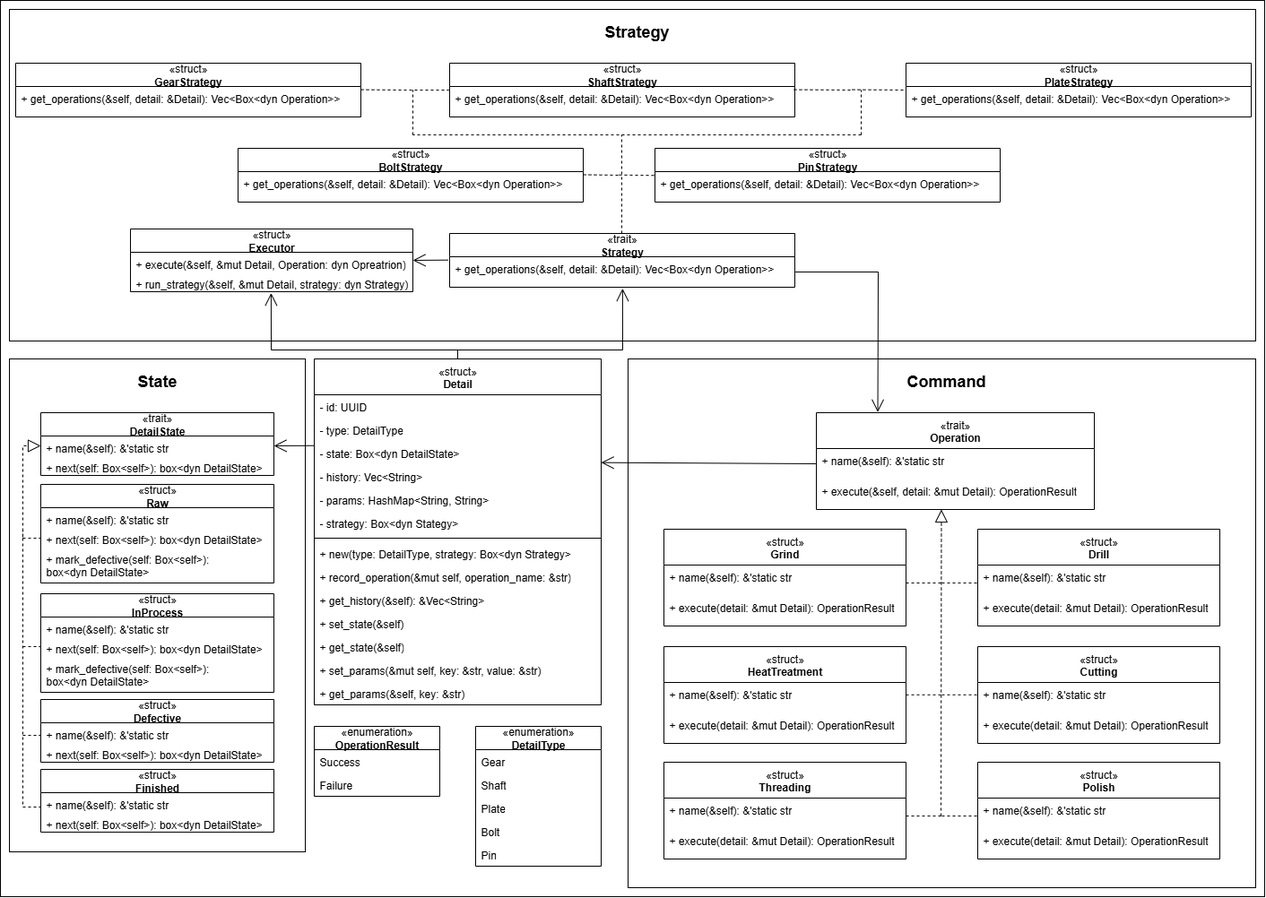
Before: docs/uml.png, a diagram exported from draw.io (SasunHuevich/lab-manufacturing-workflow). Source tidied: cells renumbered, new cells last; positions are measured from the earlier drawing's top-left corner, leaving out a move shared by most shapes.
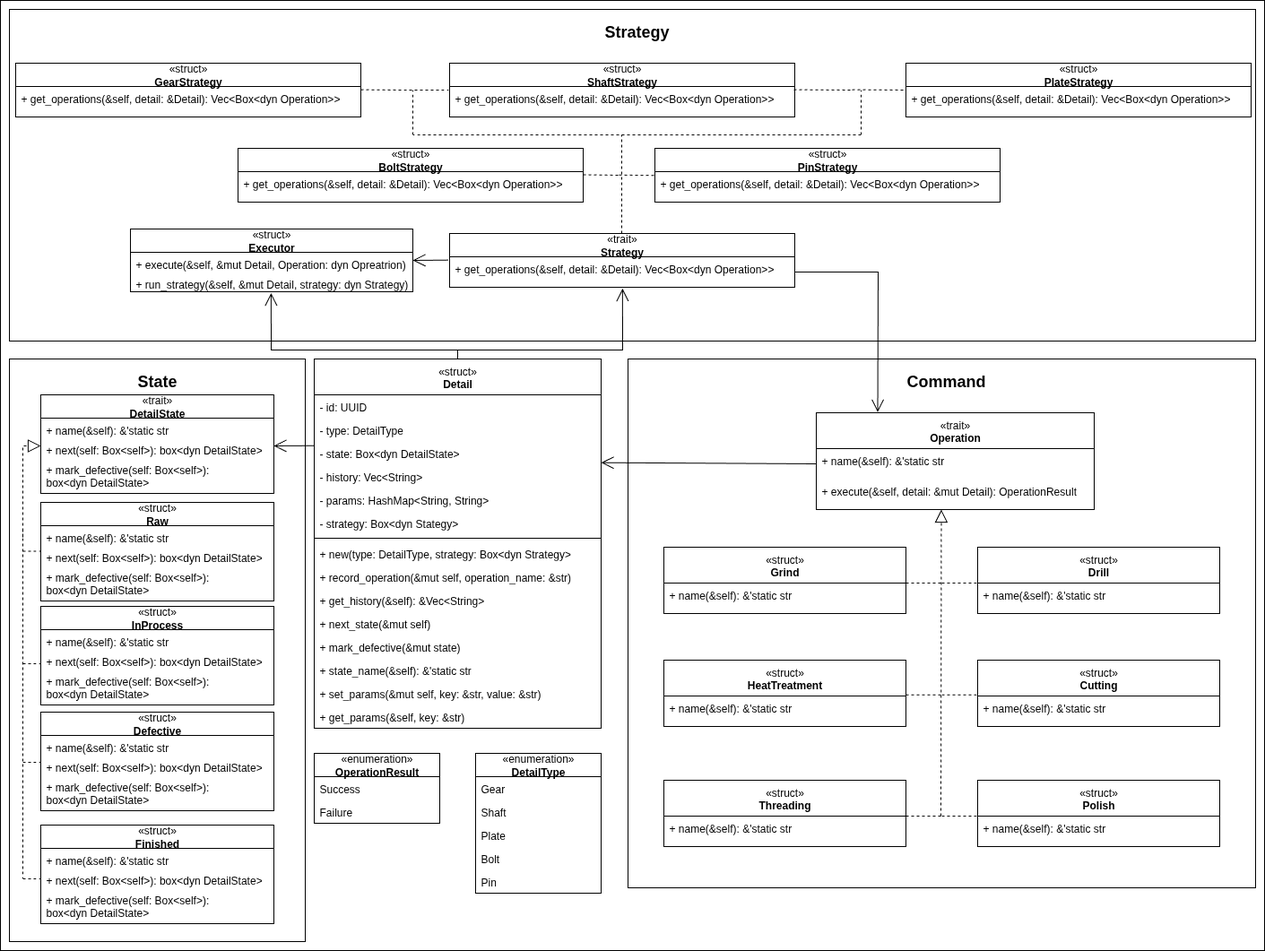
The same diagram one commit later.

Diff of the diagram source:
```diff
@@ -5,3 +5,3 @@
     <mxCell id="2" style="rounded=0;whiteSpace=wrap;html=1;" parent="1" vertex="1">
-      <mxGeometry width="1410" height="1000" as="geometry" />
+      <mxGeometry width="1410" height="1060" as="geometry" />
     </mxCell>
@@ -14,3 +14,3 @@
     <mxCell id="5" style="rounded=0;whiteSpace=wrap;html=1;" parent="1" vertex="1">
-      <mxGeometry x="10" y="400" width="330" height="550" as="geometry" />
+      <mxGeometry x="10" y="400" width="330" height="650" as="geometry" />
     </mxCell>
@@ -26,3 +26,3 @@
     <mxCell id="9" value="«enumeration»&lt;br&gt;&lt;div&gt;&lt;b&gt;OperationResult&lt;/b&gt;&lt;/div&gt;" style="swimlane;fontStyle=0;horizontal=1;startSize=26;fillColor=none;whiteSpace=wrap;html=1;" parent="1" vertex="1">
-      <mxGeometry x="350" y="810" width="140" height="78" as="geometry" />
+      <mxGeometry x="350" y="840" width="140" height="78" as="geometry" />
     </mxCell>
@@ -35,3 +35,3 @@
     <mxCell id="12" value="«enumeration»&lt;br&gt;&lt;div&gt;&lt;b&gt;DetailType&lt;/b&gt;&lt;/div&gt;" style="swimlane;fontStyle=0;horizontal=1;startSize=26;fillColor=none;whiteSpace=wrap;html=1;" parent="1" vertex="1">
-      <mxGeometry x="530" y="810" width="140" height="156" as="geometry" />
+      <mxGeometry x="530" y="840" width="140" height="156" as="geometry" />
     </mxCell>
@@ -53,3 +53,3 @@
     <mxCell id="18" value="«struct»&lt;br&gt;&lt;div&gt;&lt;b&gt;Raw&lt;/b&gt;&lt;/div&gt;" style="swimlane;fontStyle=0;horizontal=1;startSize=26;fillColor=none;whiteSpace=wrap;html=1;" parent="1" vertex="1">
-      <mxGeometry x="45" y="540" width="260" height="110" as="geometry" />
+      <mxGeometry x="45" y="560" width="260" height="110" as="geometry" />
     </mxCell>
@@ -65,3 +65,3 @@
     <mxCell id="22" value="«struct»&lt;br&gt;&lt;div&gt;&lt;b&gt;InProcess&lt;/b&gt;&lt;/div&gt;" style="swimlane;fontStyle=0;horizontal=1;startSize=26;fillColor=none;whiteSpace=wrap;html=1;" parent="1" vertex="1">
-      <mxGeometry x="45" y="662" width="260" height="110" as="geometry" />
+      <mxGeometry x="45" y="676" width="260" height="110" as="geometry" />
     </mxCell>
@@ -76,31 +76,6 @@
     </mxCell>
-    <mxCell id="26" value="«struct»&lt;br&gt;&lt;div&gt;&lt;b&gt;Finished&lt;/b&gt;&lt;/div&gt;" style="swimlane;fontStyle=0;horizontal=1;startSize=26;fillColor=none;whiteSpace=wrap;html=1;" parent="1" vertex="1">
-      <mxGeometry x="45" y="858" width="260" height="70" as="geometry" />
-    </mxCell>
-    <mxCell id="27" value="+ name(&amp;amp;self): &amp;amp;'static str" style="text;strokeColor=none;fillColor=none;align=left;verticalAlign=top;spacingLeft=4;spacingRight=4;overflow=hidden;whiteSpace=wrap;html=1;" parent="26" vertex="1">
-      <mxGeometry y="26" width="260" height="22" as="geometry" />
-    </mxCell>
-    <mxCell id="28" value="+ next(self: Box&amp;lt;self&amp;gt;): box&amp;lt;dyn DetailState&amp;gt;" style="text;strokeColor=none;fillColor=none;align=left;verticalAlign=top;spacingLeft=4;spacingRight=4;overflow=hidden;whiteSpace=wrap;html=1;" parent="26" vertex="1">
-      <mxGeometry y="48" width="260" height="22" as="geometry" />
-    </mxCell>
-    <mxCell id="29" value="«struct»&lt;br&gt;&lt;div&gt;&lt;b&gt;Defective&lt;/b&gt;&lt;/div&gt;" style="swimlane;fontStyle=0;horizontal=1;startSize=26;fillColor=none;whiteSpace=wrap;html=1;" parent="1" vertex="1">
-      <mxGeometry x="45" y="780" width="260" height="70" as="geometry" />
-    </mxCell>
-    <mxCell id="30" value="+ name(&amp;amp;self): &amp;amp;'static str" style="text;strokeColor=none;fillColor=none;align=left;verticalAlign=top;spacingLeft=4;spacingRight=4;overflow=hidden;whiteSpace=wrap;html=1;" parent="29" vertex="1">
-      <mxGeometry y="26" width="260" height="22" as="geometry" />
-    </mxCell>
-    <mxCell id="31" value="+ next(self: Box&amp;lt;self&amp;gt;): box&amp;lt;dyn DetailState&amp;gt;" style="text;strokeColor=none;fillColor=none;align=left;verticalAlign=top;spacingLeft=4;spacingRight=4;overflow=hidden;whiteSpace=wrap;html=1;" parent="29" vertex="1">
-      <mxGeometry y="48" width="260" height="22" as="geometry" />
-    </mxCell>
-    <mxCell id="32" value="«trait»&lt;br&gt;&lt;div&gt;&lt;b&gt;DetailState&lt;/b&gt;&lt;/div&gt;" style="swimlane;fontStyle=0;horizontal=1;startSize=26;fillColor=none;whiteSpace=wrap;html=1;" parent="1" vertex="1">
-      <mxGeometry x="45" y="460" width="260" height="70" as="geometry" />
-    </mxCell>
-    <mxCell id="33" value="+ name(&amp;amp;self): &amp;amp;'static str" style="text;strokeColor=none;fillColor=none;align=left;verticalAlign=top;spacingLeft=4;spacingRight=4;overflow=hidden;points=[[0,0.5],[1,0.5]];portConstraint=eastwest;whiteSpace=wrap;html=1;" parent="32" vertex="1">
-      <mxGeometry y="26" width="260" height="22" as="geometry" />
-    </mxCell>
-    <mxCell id="34" value="+ next(self: Box&amp;lt;self&amp;gt;): box&amp;lt;dyn DetailState&amp;gt;" style="text;strokeColor=none;fillColor=none;align=left;verticalAlign=top;spacingLeft=4;spacingRight=4;overflow=hidden;whiteSpace=wrap;html=1;" parent="32" vertex="1">
-      <mxGeometry y="48" width="260" height="22" as="geometry" />
-    </mxCell>
-    <mxCell id="35" style="endArrow=open;endFill=1;endSize=12;html=1;rounded=0;entryX=1;entryY=0.5;entryDx=0;entryDy=0;exitX=0.001;exitY=0.182;exitDx=0;exitDy=0;exitPerimeter=0;" parent="1" edge="1" source="73" target="33">
-      <mxGeometry relative="1" as="geometry" />
+    <mxCell id="35" style="endArrow=open;endFill=1;endSize=12;html=1;rounded=0;entryX=1;entryY=0.5;entryDx=0;entryDy=0;exitX=0.001;exitY=0.182;exitDx=0;exitDy=0;exitPerimeter=0;" parent="1" edge="1" source="73">
+      <mxGeometry relative="1" as="geometry">
+        <mxPoint x="305" y="497" as="targetPoint" />
+      </mxGeometry>
     </mxCell>
@@ -109,5 +84,6 @@
     </mxCell>
-    <mxCell id="37" style="endArrow=block;dashed=1;endFill=0;endSize=12;html=1;rounded=0;entryX=0;entryY=0.5;entryDx=0;entryDy=0;" parent="1" edge="1" target="33">
+    <mxCell id="37" style="endArrow=block;dashed=1;endFill=0;endSize=12;html=1;rounded=0;entryX=0;entryY=0.5;entryDx=0;entryDy=0;" parent="1" edge="1">
       <mxGeometry relative="1" as="geometry">
         <mxPoint x="25" y="590" as="sourcePoint" />
+        <mxPoint x="45" y="497" as="targetPoint" />
         <Array as="points">
@@ -122,3 +98,3 @@
         <mxPoint x="25" y="600" as="sourcePoint" />
-        <mxPoint x="25" y="900" as="targetPoint" />
+        <mxPoint x="25" y="980" as="targetPoint" />
       </mxGeometry>
@@ -127,4 +103,4 @@
       <mxGeometry relative="1" as="geometry">
-        <mxPoint x="25" y="900" as="sourcePoint" />
-        <mxPoint x="45" y="900" as="targetPoint" />
+        <mxPoint x="25" y="980" as="sourcePoint" />
+        <mxPoint x="45" y="980" as="targetPoint" />
       </mxGeometry>
@@ -133,4 +109,4 @@
       <mxGeometry relative="1" as="geometry">
-        <mxPoint x="25" y="820" as="sourcePoint" />
-        <mxPoint x="45" y="820" as="targetPoint" />
+        <mxPoint x="25" y="850" as="sourcePoint" />
+        <mxPoint x="45" y="850" as="targetPoint" />
       </mxGeometry>
@@ -139,4 +115,4 @@
       <mxGeometry relative="1" as="geometry">
-        <mxPoint x="25" y="721" as="sourcePoint" />
-        <mxPoint x="45" y="721" as="targetPoint" />
+        <mxPoint x="25" y="740" as="sourcePoint" />
+        <mxPoint x="45" y="740" as="targetPoint" />
       </mxGeometry>
@@ -145,4 +121,4 @@
       <mxGeometry relative="1" as="geometry">
-        <mxPoint x="25" y="600" as="sourcePoint" />
-        <mxPoint x="45" y="600" as="targetPoint" />
+        <mxPoint x="25" y="614.5" as="sourcePoint" />
+        <mxPoint x="45" y="614.5" as="targetPoint" />
       </mxGeometry>
@@ -150,3 +126,3 @@
     <mxCell id="43" value="&lt;span style=&quot;font-weight: 400;&quot;&gt;«struct»&lt;/span&gt;&lt;br style=&quot;font-weight: 400;&quot;&gt;&lt;div&gt;&lt;span style=&quot;background-color: transparent; color: light-dark(rgb(0, 0, 0), rgb(255, 255, 255));&quot;&gt;Grind&lt;/span&gt;&lt;/div&gt;" style="swimlane;fontStyle=1;align=center;verticalAlign=top;horizontal=1;startSize=40;whiteSpace=wrap;html=1;" parent="1" vertex="1">
-      <mxGeometry x="740" y="590" width="270" height="108" as="geometry" />
+      <mxGeometry x="740" y="610" width="270" height="74" as="geometry" />
     </mxCell>
@@ -155,7 +131,4 @@
     </mxCell>
-    <mxCell id="45" value="+ execute(detail: &amp;amp;mut Detail): OperationResult" style="text;strokeColor=none;fillColor=none;align=left;verticalAlign=top;spacingLeft=4;spacingRight=4;overflow=hidden;whiteSpace=wrap;html=1;" parent="43" vertex="1">
-      <mxGeometry y="74" width="270" height="34" as="geometry" />
-    </mxCell>
     <mxCell id="46" value="&lt;span style=&quot;font-weight: 400;&quot;&gt;«struct»&lt;/span&gt;&lt;br style=&quot;font-weight: 400;&quot;&gt;&lt;div&gt;&lt;span style=&quot;background-color: transparent; color: light-dark(rgb(0, 0, 0), rgb(255, 255, 255));&quot;&gt;Drill&lt;/span&gt;&lt;/div&gt;" style="swimlane;fontStyle=1;align=center;verticalAlign=top;horizontal=1;startSize=40;whiteSpace=wrap;html=1;" parent="1" vertex="1">
-      <mxGeometry x="1090" y="590" width="270" height="108" as="geometry" />
+      <mxGeometry x="1090" y="610" width="270" height="74" as="geometry" />
     </mxCell>
@@ -164,7 +137,4 @@
     </mxCell>
-    <mxCell id="48" value="+ execute(detail: &amp;amp;mut Detail): OperationResult" style="text;strokeColor=none;fillColor=none;align=left;verticalAlign=top;spacingLeft=4;spacingRight=4;overflow=hidden;whiteSpace=wrap;html=1;" parent="46" vertex="1">
-      <mxGeometry y="74" width="270" height="34" as="geometry" />
-    </mxCell>
     <mxCell id="49" value="&lt;span style=&quot;font-weight: 400;&quot;&gt;«struct»&lt;/span&gt;&lt;br style=&quot;font-weight: 400;&quot;&gt;&lt;div&gt;&lt;span style=&quot;text-align: left;&quot;&gt;HeatTreatment&lt;/span&gt;&lt;/div&gt;" style="swimlane;fontStyle=1;align=center;verticalAlign=top;horizontal=1;startSize=40;whiteSpace=wrap;html=1;" parent="1" vertex="1">
-      <mxGeometry x="740" y="721" width="270" height="108" as="geometry" />
+      <mxGeometry x="740" y="736" width="270" height="74" as="geometry" />
     </mxCell>
@@ -173,7 +143,4 @@
     </mxCell>
-    <mxCell id="51" value="+ execute(detail: &amp;amp;mut Detail): OperationResult" style="text;strokeColor=none;fillColor=none;align=left;verticalAlign=top;spacingLeft=4;spacingRight=4;overflow=hidden;whiteSpace=wrap;html=1;" parent="49" vertex="1">
-      <mxGeometry y="74" width="270" height="34" as="geometry" />
-    </mxCell>
     <mxCell id="52" value="&lt;span style=&quot;font-weight: 400;&quot;&gt;«struct»&lt;/span&gt;&lt;br style=&quot;font-weight: 400;&quot;&gt;&lt;div&gt;&lt;span style=&quot;text-align: left;&quot;&gt;Cutting&lt;/span&gt;&lt;/div&gt;" style="swimlane;fontStyle=1;align=center;verticalAlign=top;horizontal=1;startSize=40;whiteSpace=wrap;html=1;" parent="1" vertex="1">
-      <mxGeometry x="1090" y="721" width="270" height="108" as="geometry" />
+      <mxGeometry x="1090" y="736" width="270" height="74" as="geometry" />
     </mxCell>
@@ -182,7 +149,4 @@
     </mxCell>
-    <mxCell id="54" value="+ execute(detail: &amp;amp;mut Detail): OperationResult" style="text;strokeColor=none;fillColor=none;align=left;verticalAlign=top;spacingLeft=4;spacingRight=4;overflow=hidden;whiteSpace=wrap;html=1;" parent="52" vertex="1">
-      <mxGeometry y="74" width="270" height="34" as="geometry" />
-    </mxCell>
     <mxCell id="55" value="&lt;span style=&quot;font-weight: 400;&quot;&gt;«struct»&lt;/span&gt;&lt;br style=&quot;font-weight: 400;&quot;&gt;&lt;div&gt;&lt;span style=&quot;text-align: left;&quot;&gt;Threading&lt;/span&gt;&lt;/div&gt;" style="swimlane;fontStyle=1;align=center;verticalAlign=top;horizontal=1;startSize=40;whiteSpace=wrap;html=1;" parent="1" vertex="1">
-      <mxGeometry x="740" y="850" width="270" height="108" as="geometry" />
+      <mxGeometry x="740" y="870" width="270" height="74" as="geometry" />
     </mxCell>
@@ -191,7 +155,4 @@
     </mxCell>
-    <mxCell id="57" value="+ execute(detail: &amp;amp;mut Detail): OperationResult" style="text;strokeColor=none;fillColor=none;align=left;verticalAlign=top;spacingLeft=4;spacingRight=4;overflow=hidden;whiteSpace=wrap;html=1;" parent="55" vertex="1">
-      <mxGeometry y="74" width="270" height="34" as="geometry" />
-    </mxCell>
     <mxCell id="58" value="&lt;span style=&quot;font-weight: 400;&quot;&gt;«struct»&lt;/span&gt;&lt;br style=&quot;font-weight: 400;&quot;&gt;&lt;div&gt;&lt;span style=&quot;text-align: left;&quot;&gt;Polish&lt;/span&gt;&lt;/div&gt;" style="swimlane;fontStyle=1;align=center;verticalAlign=top;horizontal=1;startSize=40;whiteSpace=wrap;html=1;" parent="1" vertex="1">
-      <mxGeometry x="1090" y="850" width="270" height="108" as="geometry" />
+      <mxGeometry x="1090" y="870" width="270" height="74" as="geometry" />
     </mxCell>
@@ -200,5 +161,2 @@
     </mxCell>
-    <mxCell id="60" value="+ execute(detail: &amp;amp;mut Detail): OperationResult" style="text;strokeColor=none;fillColor=none;align=left;verticalAlign=top;spacingLeft=4;spacingRight=4;overflow=hidden;whiteSpace=wrap;html=1;" parent="58" vertex="1">
-      <mxGeometry y="74" width="270" height="34" as="geometry" />
-    </mxCell>
     <mxCell id="61" style="endArrow=block;dashed=1;endFill=0;endSize=12;html=1;rounded=0;entryX=0.479;entryY=1.001;entryDx=0;entryDy=0;entryPerimeter=0;" parent="1" edge="1">
@@ -256,3 +214,3 @@
     <mxCell id="70" value="&lt;div&gt;&lt;span style=&quot;font-weight: 400;&quot;&gt;«struct»&lt;/span&gt;&lt;br style=&quot;font-weight: 400;&quot;&gt;&lt;/div&gt;Detail" style="swimlane;fontStyle=1;align=center;verticalAlign=top;horizontal=1;startSize=40;whiteSpace=wrap;html=1;" parent="1" vertex="1">
-      <mxGeometry x="350" y="400" width="320" height="386" as="geometry" />
+      <mxGeometry x="350" y="400" width="320" height="412" as="geometry" />
     </mxCell>
@@ -288,13 +246,16 @@
     </mxCell>
-    <mxCell id="81" value="+ set_state(&amp;amp;self)&lt;div&gt;&lt;br&gt;&lt;/div&gt;" style="text;strokeColor=none;fillColor=none;align=left;verticalAlign=top;spacingLeft=4;spacingRight=4;overflow=hidden;whiteSpace=wrap;html=1;" parent="70" vertex="1">
+    <mxCell id="81" value="&lt;div&gt;+ next_state(&amp;amp;mut self)&lt;/div&gt;" style="text;strokeColor=none;fillColor=none;align=left;verticalAlign=top;spacingLeft=4;spacingRight=4;overflow=hidden;whiteSpace=wrap;html=1;" parent="70" vertex="1">
       <mxGeometry y="282" width="320" height="26" as="geometry" />
     </mxCell>
-    <mxCell id="82" value="+ get_state(&amp;amp;self)&lt;div&gt;&lt;br&gt;&lt;/div&gt;" style="text;strokeColor=none;fillColor=none;align=left;verticalAlign=top;spacingLeft=4;spacingRight=4;overflow=hidden;whiteSpace=wrap;html=1;" parent="70" vertex="1">
+    <mxCell id="82" value="+ mark_defective(&amp;amp;mut state)" style="text;strokeColor=none;fillColor=none;align=left;verticalAlign=top;spacingLeft=4;spacingRight=4;overflow=hidden;whiteSpace=wrap;html=1;" parent="70" vertex="1">
       <mxGeometry y="308" width="320" height="26" as="geometry" />
     </mxCell>
+    <mxCell id="115" value="+ state_name(&amp;amp;self): &amp;amp;'static str" style="text;strokeColor=none;fillColor=none;align=left;verticalAlign=top;spacingLeft=4;spacingRight=4;overflow=hidden;whiteSpace=wrap;html=1;" parent="70" vertex="1">
+      <mxGeometry y="334" width="320" height="26" as="geometry" />
+    </mxCell>
     <mxCell id="83" value="&lt;div&gt;+ set_params(&amp;amp;mut self, key: &amp;amp;str, value: &amp;amp;str)&lt;/div&gt;" style="text;strokeColor=none;fillColor=none;align=left;verticalAlign=top;spacingLeft=4;spacingRight=4;overflow=hidden;whiteSpace=wrap;html=1;" parent="70" vertex="1">
-      <mxGeometry y="334" width="320" height="26" as="geometry" />
+      <mxGeometry y="360" width="320" height="26" as="geometry" />
     </mxCell>
     <mxCell id="84" value="&lt;div&gt;+ get_params(&amp;amp;self, key: &amp;amp;str)&lt;/div&gt;" style="text;strokeColor=none;fillColor=none;align=left;verticalAlign=top;spacingLeft=4;spacingRight=4;overflow=hidden;whiteSpace=wrap;html=1;" parent="70" vertex="1">
-      <mxGeometry y="360" width="320" height="26" as="geometry" />
+      <mxGeometry y="386" width="320" height="26" as="geometry" />
     </mxCell>
@@ -430,2 +391,38 @@
     </mxCell>
+    <mxCell id="32" value="«trait»&lt;br&gt;&lt;div&gt;&lt;b&gt;DetailState&lt;/b&gt;&lt;/div&gt;" style="swimlane;fontStyle=0;horizontal=1;startSize=26;fillColor=none;whiteSpace=wrap;html=1;" parent="1" vertex="1">
+      <mxGeometry x="45" y="440" width="260" height="110" as="geometry" />
+    </mxCell>
+    <mxCell id="116" value="+ name(&amp;amp;self): &amp;amp;'static str" style="text;strokeColor=none;fillColor=none;align=left;verticalAlign=top;spacingLeft=4;spacingRight=4;overflow=hidden;whiteSpace=wrap;html=1;" parent="32" vertex="1">
+      <mxGeometry y="26" width="260" height="22" as="geometry" />
+    </mxCell>
+    <mxCell id="117" value="+ next(self: Box&amp;lt;self&amp;gt;): box&amp;lt;dyn DetailState&amp;gt;" style="text;strokeColor=none;fillColor=none;align=left;verticalAlign=top;spacingLeft=4;spacingRight=4;overflow=hidden;whiteSpace=wrap;html=1;" parent="32" vertex="1">
+      <mxGeometry y="48" width="260" height="22" as="geometry" />
+    </mxCell>
+    <mxCell id="118" value="+ mark_defective(self: Box&amp;lt;self&amp;gt;):&amp;nbsp;&lt;div&gt;box&amp;lt;dyn DetailState&amp;gt;&lt;/div&gt;" style="text;strokeColor=none;fillColor=none;align=left;verticalAlign=top;spacingLeft=4;spacingRight=4;overflow=hidden;whiteSpace=wrap;html=1;" parent="32" vertex="1">
+      <mxGeometry y="70" width="260" height="40" as="geometry" />
+    </mxCell>
+    <mxCell id="29" value="«struct»&lt;br&gt;&lt;div&gt;&lt;b&gt;Defective&lt;/b&gt;&lt;/div&gt;" style="swimlane;fontStyle=0;horizontal=1;startSize=26;fillColor=none;whiteSpace=wrap;html=1;" parent="1" vertex="1">
+      <mxGeometry x="45" y="794" width="260" height="110" as="geometry" />
+    </mxCell>
+    <mxCell id="119" value="+ name(&amp;amp;self): &amp;amp;'static str" style="text;strokeColor=none;fillColor=none;align=left;verticalAlign=top;spacingLeft=4;spacingRight=4;overflow=hidden;whiteSpace=wrap;html=1;" parent="29" vertex="1">
+      <mxGeometry y="26" width="260" height="22" as="geometry" />
+    </mxCell>
+    <mxCell id="120" value="+ next(self: Box&amp;lt;self&amp;gt;): box&amp;lt;dyn DetailState&amp;gt;" style="text;strokeColor=none;fillColor=none;align=left;verticalAlign=top;spacingLeft=4;spacingRight=4;overflow=hidden;whiteSpace=wrap;html=1;" parent="29" vertex="1">
+      <mxGeometry y="48" width="260" height="22" as="geometry" />
+    </mxCell>
+    <mxCell id="121" value="+ mark_defective(self: Box&amp;lt;self&amp;gt;):&amp;nbsp;&lt;div&gt;box&amp;lt;dyn DetailState&amp;gt;&lt;/div&gt;" style="text;strokeColor=none;fillColor=none;align=left;verticalAlign=top;spacingLeft=4;spacingRight=4;overflow=hidden;whiteSpace=wrap;html=1;" parent="29" vertex="1">
+      <mxGeometry y="70" width="260" height="40" as="geometry" />
+    </mxCell>
+    <mxCell id="26" value="«struct»&lt;br&gt;&lt;div&gt;&lt;b&gt;Finished&lt;/b&gt;&lt;/div&gt;" style="swimlane;fontStyle=0;horizontal=1;startSize=26;fillColor=none;whiteSpace=wrap;html=1;" parent="1" vertex="1">
+      <mxGeometry x="45" y="920" width="260" height="110" as="geometry" />
+    </mxCell>
+    <mxCell id="122" value="+ name(&amp;amp;self): &amp;amp;'static str" style="text;strokeColor=none;fillColor=none;align=left;verticalAlign=top;spacingLeft=4;spacingRight=4;overflow=hidden;whiteSpace=wrap;html=1;" parent="26" vertex="1">
+      <mxGeometry y="26" width="260" height="22" as="geometry" />
+    </mxCell>
+    <mxCell id="123" value="+ next(self: Box&amp;lt;self&amp;gt;): box&amp;lt;dyn DetailState&amp;gt;" style="text;strokeColor=none;fillColor=none;align=left;verticalAlign=top;spacingLeft=4;spacingRight=4;overflow=hidden;whiteSpace=wrap;html=1;" parent="26" vertex="1">
+      <mxGeometry y="48" width="260" height="22" as="geometry" />
+    </mxCell>
+    <mxCell id="124" value="+ mark_defective(self: Box&amp;lt;self&amp;gt;):&amp;nbsp;&lt;div&gt;box&amp;lt;dyn DetailState&amp;gt;&lt;/div&gt;" style="text;strokeColor=none;fillColor=none;align=left;verticalAlign=top;spacingLeft=4;spacingRight=4;overflow=hidden;whiteSpace=wrap;html=1;" parent="26" vertex="1">
+      <mxGeometry y="70" width="260" height="40" as="geometry" />
+    </mxCell>
   </root>
```
